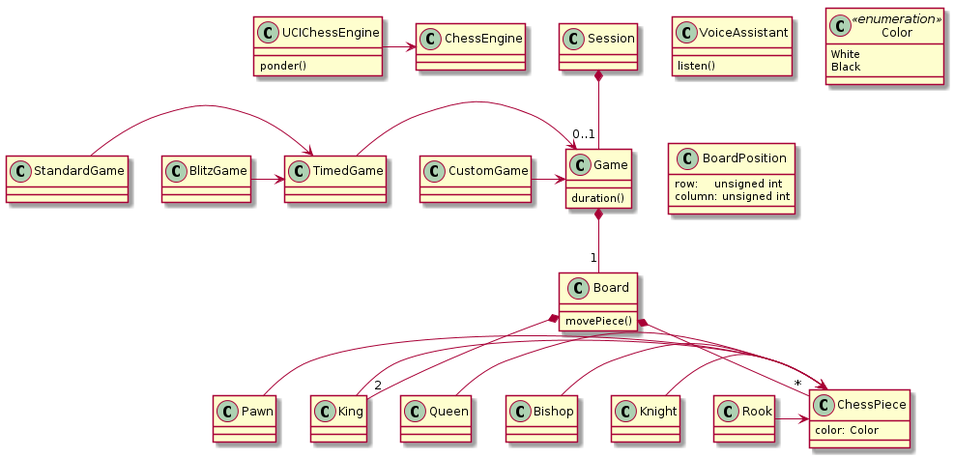
Above: class-diagram.png in tvanslyke/accessible-chess-class-diagram (PlantUML), before the change.
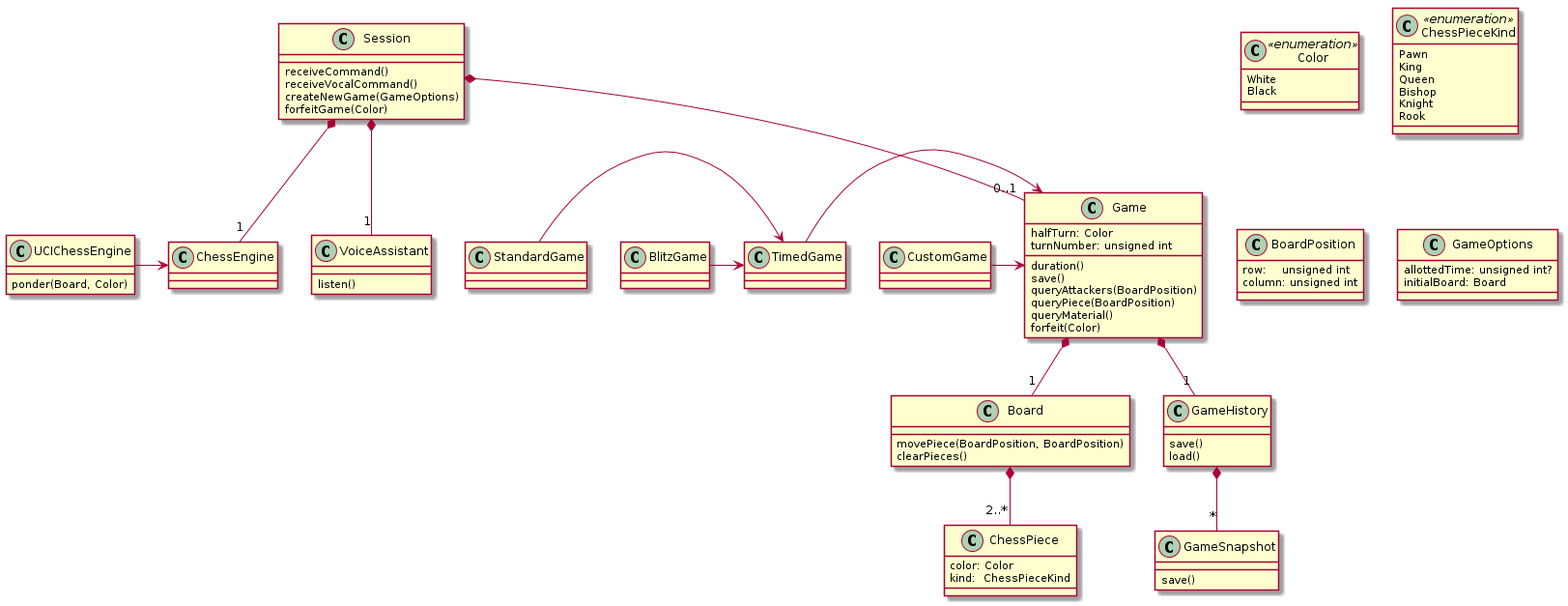
After the commit.

Commit message:
added more classes, methods, and fields

Change to the diagram source:
```diff
@@ -1,5 +1,4 @@
 @startuml
-
 
 class VoiceAssistant {
 	listen()
@@ -8,7 +7,7 @@
 UCIChessEngine -> ChessEngine
 
 class UCIChessEngine {
-	ponder()
+	ponder(Board, Color)
 }
 
 class Color <<enumeration>> {
@@ -16,19 +15,22 @@
 	Black
 }
 
+
+class ChessPieceKind <<enumeration>> {
+	Pawn
+	King
+	Queen
+	Bishop
+	Knight
+	Rook
+}
+
 class ChessPiece {
 	color: Color
+	kind:  ChessPieceKind
 }
 
-Pawn   -> ChessPiece
-King   -> ChessPiece
-Queen  -> ChessPiece
-Bishop -> ChessPiece
-Knight -> ChessPiece
-Rook   -> ChessPiece
-
-Board *-- "*" ChessPiece
-Board *-- "2" King
+Board *-- "2..*" ChessPiece
 
 class BoardPosition {
 	row:    unsigned int
@@ -36,12 +38,33 @@
 }
 
 class Board {
-	movePiece()
+	movePiece(BoardPosition, BoardPosition)
+	clearPieces()
 }
 
 class Game {
+	halfTurn: Color
+	turnNumber: unsigned int
+
 	duration()
+	save()
+	queryAttackers(BoardPosition)
+	queryPiece(BoardPosition)
+	queryMaterial()
+	forfeit(Color)
 }
+
+class GameSnapshot {
+	save()
+}
+
+class GameHistory {
+	save()
+	load()
+}
+
+Game *-- "1" GameHistory
+GameHistory *-- "*" GameSnapshot
 
 Game *-- "1" Board
 
@@ -50,12 +73,22 @@
 StandardGame -> TimedGame
 BlitzGame    -> TimedGame
 
-
-
-
 Session *-- "0..1" Game
 
+Session *-- "1" VoiceAssistant
+Session *-- "1" ChessEngine
 
+class GameOptions {
+	allottedTime: unsigned int?
+	initialBoard: Board
+}
+
+class Session {
+	receiveCommand()
+	receiveVocalCommand()
+	createNewGame(GameOptions)
+	forfeitGame(Color)
+}
 
 
 @enduml
```
